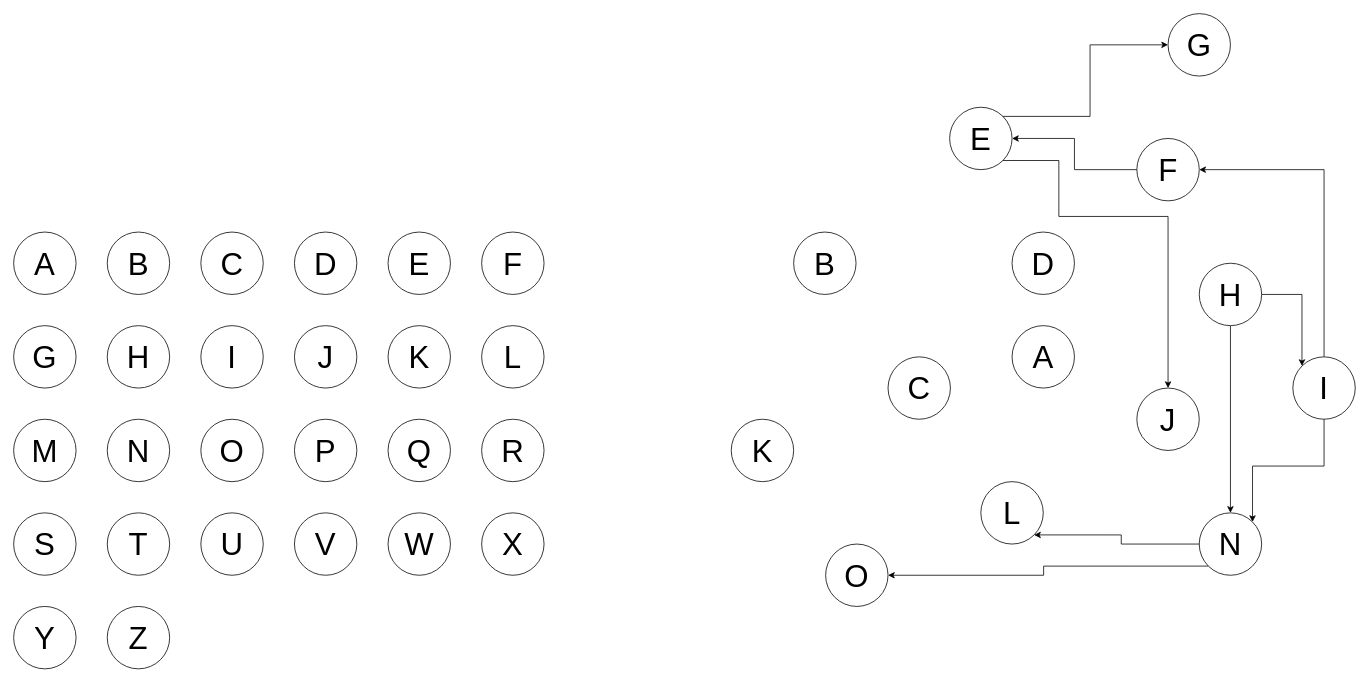
The draw.io diagram feature/ММПР_когнитивная_карта.drawio in ShiryaevNikolay/diagrams, before the edit. Source tidied: cells renumbered, new cells numbered last; positions are measured from the earlier drawing's top-left corner, leaving out a move shared by most shapes. Both pictures are drawn from the tidied source at 78%, with x=0, y=0 at pixel (13, 13).
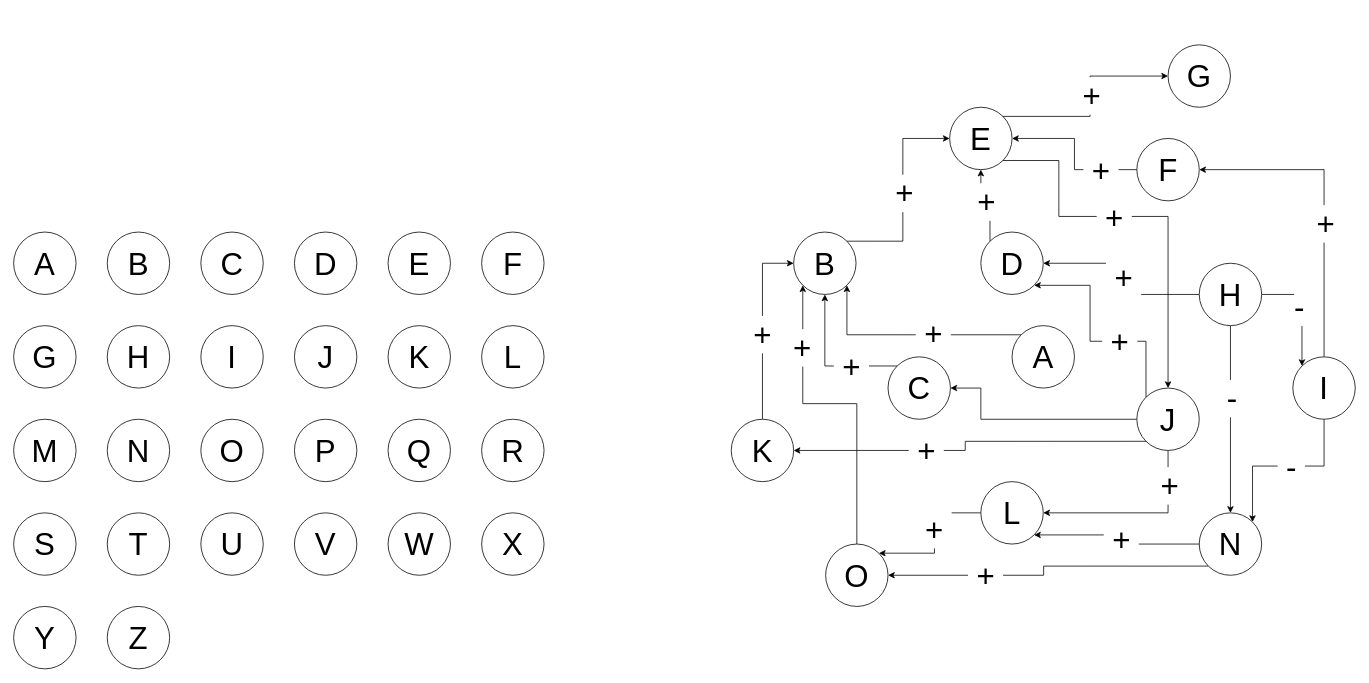
After the change.

Unchanged cells that the change refers to:
```xml
<mxCell id="28" value="&lt;font style=&quot;font-size: 40px;&quot;&gt;A&lt;/font&gt;" style="ellipse;whiteSpace=wrap;html=1;" parent="1" vertex="1">
  <mxGeometry x="1280" y="400" width="80" height="80" as="geometry" />
</mxCell>
<mxCell id="29" value="&lt;span style=&quot;font-size: 40px;&quot;&gt;B&lt;/span&gt;" style="ellipse;whiteSpace=wrap;html=1;" parent="1" vertex="1">
  <mxGeometry x="1000" y="280" width="80" height="80" as="geometry" />
</mxCell>
<mxCell id="30" value="&lt;font style=&quot;font-size: 40px;&quot;&gt;C&lt;/font&gt;" style="ellipse;whiteSpace=wrap;html=1;" parent="1" vertex="1">
  <mxGeometry x="1121" y="440" width="80" height="80" as="geometry" />
</mxCell>
<mxCell id="32" style="edgeStyle=orthogonalEdgeStyle;rounded=0;jettySize=auto;html=1;exitX=1;exitY=0;exitDx=0;exitDy=0;entryX=0;entryY=0.5;entryDx=0;entryDy=0;fontSize=40;" parent="1" edge="1" source="34" target="37">
  <mxGeometry relative="1" as="geometry" />
</mxCell>
<mxCell id="33" style="edgeStyle=orthogonalEdgeStyle;rounded=0;jettySize=auto;html=1;exitX=1;exitY=1;exitDx=0;exitDy=0;entryX=0.5;entryY=0;entryDx=0;entryDy=0;fontSize=40;" parent="1" edge="1" source="34" target="44">
  <mxGeometry relative="1" as="geometry">
    <Array as="points">
      <mxPoint x="1340" y="188" />
      <mxPoint x="1340" y="260" />
      <mxPoint x="1480" y="260" />
    </Array>
  </mxGeometry>
</mxCell>
<mxCell id="34" value="&lt;font style=&quot;font-size: 40px;&quot;&gt;E&lt;/font&gt;" style="ellipse;whiteSpace=wrap;html=1;" parent="1" vertex="1">
  <mxGeometry x="1200" y="120" width="80" height="80" as="geometry" />
</mxCell>
<mxCell id="35" style="edgeStyle=orthogonalEdgeStyle;rounded=0;jettySize=auto;html=1;exitX=0;exitY=0.5;exitDx=0;exitDy=0;entryX=1;entryY=0.5;entryDx=0;entryDy=0;fontSize=40;" parent="1" edge="1" source="36" target="34">
  <mxGeometry relative="1" as="geometry" />
</mxCell>
<mxCell id="38" style="edgeStyle=orthogonalEdgeStyle;rounded=0;jettySize=auto;html=1;exitX=1;exitY=0.5;exitDx=0;exitDy=0;entryX=0;entryY=0;entryDx=0;entryDy=0;fontSize=40;" parent="1" edge="1" source="40" target="43">
  <mxGeometry relative="1" as="geometry" />
</mxCell>
<mxCell id="39" style="edgeStyle=orthogonalEdgeStyle;rounded=0;jettySize=auto;html=1;exitX=0.5;exitY=1;exitDx=0;exitDy=0;entryX=0.5;entryY=0;entryDx=0;entryDy=0;fontSize=40;" parent="1" edge="1" source="40" target="49">
  <mxGeometry relative="1" as="geometry" />
</mxCell>
<mxCell id="40" value="&lt;span style=&quot;font-size: 40px;&quot;&gt;H&lt;br&gt;&lt;/span&gt;" style="ellipse;whiteSpace=wrap;html=1;" parent="1" vertex="1">
  <mxGeometry x="1520" y="320" width="80" height="80" as="geometry" />
</mxCell>
<mxCell id="41" style="edgeStyle=orthogonalEdgeStyle;rounded=0;jettySize=auto;html=1;exitX=0.5;exitY=0;exitDx=0;exitDy=0;entryX=1;entryY=0.5;entryDx=0;entryDy=0;fontSize=40;" parent="1" edge="1" source="43" target="36">
  <mxGeometry relative="1" as="geometry" />
</mxCell>
<mxCell id="42" style="edgeStyle=orthogonalEdgeStyle;rounded=0;jettySize=auto;html=1;exitX=0.5;exitY=1;exitDx=0;exitDy=0;entryX=1;entryY=0;entryDx=0;entryDy=0;fontSize=40;" parent="1" edge="1" source="43" target="49">
  <mxGeometry relative="1" as="geometry" />
</mxCell>
<mxCell id="44" value="&lt;span style=&quot;font-size: 40px;&quot;&gt;J&lt;br&gt;&lt;/span&gt;" style="ellipse;whiteSpace=wrap;html=1;" parent="1" vertex="1">
  <mxGeometry x="1440" y="480" width="80" height="80" as="geometry" />
</mxCell>
<mxCell id="45" value="&lt;span style=&quot;font-size: 40px;&quot;&gt;K&lt;br&gt;&lt;/span&gt;" style="ellipse;whiteSpace=wrap;html=1;" parent="1" vertex="1">
  <mxGeometry x="920" y="520" width="80" height="80" as="geometry" />
</mxCell>
<mxCell id="46" value="&lt;span style=&quot;font-size: 40px;&quot;&gt;L&lt;br&gt;&lt;/span&gt;" style="ellipse;whiteSpace=wrap;html=1;" parent="1" vertex="1">
  <mxGeometry x="1240" y="600" width="80" height="80" as="geometry" />
</mxCell>
<mxCell id="47" style="edgeStyle=orthogonalEdgeStyle;rounded=0;jettySize=auto;html=1;exitX=0;exitY=0.5;exitDx=0;exitDy=0;entryX=1;entryY=1;entryDx=0;entryDy=0;fontSize=40;" parent="1" edge="1" source="49" target="46">
  <mxGeometry relative="1" as="geometry" />
</mxCell>
<mxCell id="48" style="edgeStyle=orthogonalEdgeStyle;rounded=0;jettySize=auto;html=1;exitX=0;exitY=1;exitDx=0;exitDy=0;entryX=1;entryY=0.5;entryDx=0;entryDy=0;fontSize=40;" parent="1" edge="1" source="49" target="50">
  <mxGeometry relative="1" as="geometry" />
</mxCell>
<mxCell id="50" value="&lt;span style=&quot;font-size: 40px;&quot;&gt;O&lt;br&gt;&lt;/span&gt;" style="ellipse;whiteSpace=wrap;html=1;" parent="1" vertex="1">
  <mxGeometry x="1041" y="680" width="80" height="80" as="geometry" />
</mxCell>
```

What changed in the source:
```diff
@@
+    <mxCell id="51" style="edgeStyle=orthogonalEdgeStyle;rounded=0;jettySize=auto;html=1;exitX=0;exitY=0;exitDx=0;exitDy=0;entryX=1;entryY=1;entryDx=0;entryDy=0;fontSize=40;" parent="1" edge="1" source="28" target="29">
+      <mxGeometry relative="1" as="geometry" />
+    </mxCell>
+    <mxCell id="52" value="&amp;nbsp;+&amp;nbsp;" style="edgeLabel;html=1;align=center;verticalAlign=middle;fontSize=40;" parent="51" vertex="1">
+      <mxGeometry x="-0.21" y="-2" relative="1" as="geometry" />
+    </mxCell>
@@
+    <mxCell id="53" style="edgeStyle=orthogonalEdgeStyle;rounded=0;jettySize=auto;html=1;exitX=1;exitY=0;exitDx=0;exitDy=0;entryX=0;entryY=0.5;entryDx=0;entryDy=0;fontSize=40;" parent="1" edge="1" source="29" target="34">
+      <mxGeometry relative="1" as="geometry" />
+    </mxCell>
+    <mxCell id="54" value="&amp;nbsp;+&amp;nbsp;" style="edgeLabel;html=1;align=center;verticalAlign=middle;fontSize=40;" parent="53" vertex="1">
+      <mxGeometry x="0.01" y="-1" relative="1" as="geometry">
+        <mxPoint y="-1" as="offset" />
+      </mxGeometry>
+    </mxCell>
@@
+    <mxCell id="55" style="edgeStyle=orthogonalEdgeStyle;rounded=0;jettySize=auto;html=1;exitX=0;exitY=0;exitDx=0;exitDy=0;entryX=0.5;entryY=1;entryDx=0;entryDy=0;fontSize=40;" parent="1" edge="1" source="30" target="29">
+      <mxGeometry relative="1" as="geometry" />
+    </mxCell>
+    <mxCell id="56" value="&amp;nbsp;+&amp;nbsp;" style="edgeLabel;html=1;align=center;verticalAlign=middle;fontSize=40;" parent="55" vertex="1">
+      <mxGeometry x="-0.37" relative="1" as="geometry">
+        <mxPoint x="-1" as="offset" />
+      </mxGeometry>
+    </mxCell>
@@
+    <mxCell id="57" style="edgeStyle=orthogonalEdgeStyle;rounded=0;jettySize=auto;html=1;exitX=0;exitY=0;exitDx=0;exitDy=0;entryX=0.5;entryY=1;entryDx=0;entryDy=0;fontSize=40;" parent="1" edge="1" source="31" target="34">
+      <mxGeometry relative="1" as="geometry" />
+    </mxCell>
+    <mxCell id="58" value="&amp;nbsp;+&amp;nbsp;" style="edgeLabel;html=1;align=center;verticalAlign=middle;fontSize=40;" parent="57" vertex="1">
+      <mxGeometry x="0.1" relative="1" as="geometry" />
+    </mxCell>
     <mxCell id="31" value="&lt;font style=&quot;font-size: 40px;&quot;&gt;D&lt;/font&gt;" style="ellipse;whiteSpace=wrap;html=1;" parent="1" vertex="1">
-      <mxGeometry x="1280" y="280" width="80" height="80" as="geometry" />
+      <mxGeometry x="1240" y="280" width="80" height="80" as="geometry" />
     </mxCell>
@@
+    <mxCell id="59" value="+" style="edgeLabel;html=1;align=center;verticalAlign=middle;fontSize=40;" parent="32" vertex="1">
+      <mxGeometry x="0.05" y="-1" relative="1" as="geometry">
+        <mxPoint y="-1" as="offset" />
+      </mxGeometry>
+    </mxCell>
@@
+    <mxCell id="60" value="&amp;nbsp;+&amp;nbsp;" style="edgeLabel;html=1;align=center;verticalAlign=middle;fontSize=40;" parent="33" vertex="1">
+      <mxGeometry x="-0.15" relative="1" as="geometry" />
+    </mxCell>
@@
+    <mxCell id="61" value="&amp;nbsp;+&amp;nbsp;" style="edgeLabel;html=1;align=center;verticalAlign=middle;fontSize=40;" parent="35" vertex="1">
+      <mxGeometry x="-0.52" relative="1" as="geometry">
+        <mxPoint x="1" as="offset" />
+      </mxGeometry>
+    </mxCell>
@@
     <mxCell id="37" value="&lt;font style=&quot;font-size: 40px;&quot;&gt;G&lt;/font&gt;" style="ellipse;whiteSpace=wrap;html=1;" parent="1" vertex="1">
-      <mxGeometry x="1480" width="80" height="80" as="geometry" />
+      <mxGeometry x="1480" y="40" width="80" height="80" as="geometry" />
     </mxCell>
@@
+    <mxCell id="62" value="-" style="edgeLabel;html=1;align=center;verticalAlign=middle;fontSize=40;" parent="38" vertex="1">
+      <mxGeometry x="-0.06" y="-4" relative="1" as="geometry" />
+    </mxCell>
@@
+    <mxCell id="63" value="-" style="edgeLabel;html=1;align=center;verticalAlign=middle;fontSize=40;" parent="39" vertex="1">
+      <mxGeometry x="-0.23" y="1" relative="1" as="geometry" />
+    </mxCell>
+    <mxCell id="64" style="edgeStyle=orthogonalEdgeStyle;rounded=0;jettySize=auto;html=1;exitX=0;exitY=0.5;exitDx=0;exitDy=0;entryX=1;entryY=0.5;entryDx=0;entryDy=0;fontSize=40;" parent="1" edge="1" source="40" target="31">
+      <mxGeometry relative="1" as="geometry" />
+    </mxCell>
+    <mxCell id="65" value="&amp;nbsp;+&amp;nbsp;" style="edgeLabel;html=1;align=center;verticalAlign=middle;fontSize=40;" parent="64" vertex="1">
+      <mxGeometry x="0.02" y="-2" relative="1" as="geometry" />
+    </mxCell>
@@
+    <mxCell id="66" value="+" style="edgeLabel;html=1;align=center;verticalAlign=middle;fontSize=40;" parent="41" vertex="1">
+      <mxGeometry x="-0.14" y="-1" relative="1" as="geometry" />
+    </mxCell>
@@
+    <mxCell id="67" value="&amp;nbsp;-&amp;nbsp;" style="edgeLabel;html=1;align=center;verticalAlign=middle;fontSize=40;" parent="42" vertex="1">
+      <mxGeometry x="-0.07" relative="1" as="geometry">
+        <mxPoint x="1" as="offset" />
+      </mxGeometry>
+    </mxCell>
@@
+    <mxCell id="68" style="edgeStyle=orthogonalEdgeStyle;rounded=0;jettySize=auto;html=1;exitX=0.5;exitY=1;exitDx=0;exitDy=0;entryX=1;entryY=0.5;entryDx=0;entryDy=0;fontSize=40;" parent="1" edge="1" source="44" target="46">
+      <mxGeometry relative="1" as="geometry" />
+    </mxCell>
+    <mxCell id="69" value="&amp;nbsp;+&amp;nbsp;" style="edgeLabel;html=1;align=center;verticalAlign=middle;fontSize=40;" parent="68" vertex="1">
+      <mxGeometry x="-0.63" y="1" relative="1" as="geometry" />
+    </mxCell>
+    <mxCell id="70" style="edgeStyle=orthogonalEdgeStyle;rounded=0;jettySize=auto;html=1;exitX=0;exitY=0;exitDx=0;exitDy=0;entryX=1;entryY=1;entryDx=0;entryDy=0;fontSize=40;" parent="1" edge="1" source="44" target="31">
+      <mxGeometry relative="1" as="geometry">
+        <Array as="points">
+          <mxPoint x="1452" y="420" />
+          <mxPoint x="1380" y="420" />
+          <mxPoint x="1380" y="348" />
+        </Array>
+      </mxGeometry>
+    </mxCell>
+    <mxCell id="71" value="&amp;nbsp;+&amp;nbsp;" style="edgeLabel;html=1;align=center;verticalAlign=middle;fontSize=40;" parent="70" vertex="1">
+      <mxGeometry x="-0.26" relative="1" as="geometry" />
+    </mxCell>
+    <mxCell id="72" style="edgeStyle=orthogonalEdgeStyle;rounded=0;jettySize=auto;html=1;exitX=0;exitY=1;exitDx=0;exitDy=0;entryX=1;entryY=0.5;entryDx=0;entryDy=0;fontSize=40;" parent="1" edge="1" source="44" target="45">
+      <mxGeometry relative="1" as="geometry" />
+    </mxCell>
+    <mxCell id="73" value="&amp;nbsp;+&amp;nbsp;" style="edgeLabel;html=1;align=center;verticalAlign=middle;fontSize=40;" parent="72" vertex="1">
+      <mxGeometry x="0.27" y="-1" relative="1" as="geometry" />
+    </mxCell>
+    <mxCell id="74" style="edgeStyle=orthogonalEdgeStyle;rounded=0;jettySize=auto;html=1;exitX=0;exitY=0.5;exitDx=0;exitDy=0;entryX=1;entryY=0.5;entryDx=0;entryDy=0;fontSize=40;" parent="1" edge="1" source="44" target="30">
+      <mxGeometry relative="1" as="geometry">
+        <Array as="points">
+          <mxPoint x="1240" y="520" />
+          <mxPoint x="1240" y="480" />
+        </Array>
+      </mxGeometry>
+    </mxCell>
@@
+    <mxCell id="75" style="edgeStyle=orthogonalEdgeStyle;rounded=0;jettySize=auto;html=1;exitX=0.5;exitY=0;exitDx=0;exitDy=0;entryX=0;entryY=0.5;entryDx=0;entryDy=0;fontSize=40;" parent="1" edge="1" source="45" target="29">
+      <mxGeometry relative="1" as="geometry" />
+    </mxCell>
+    <mxCell id="76" value="&amp;nbsp;+&amp;nbsp;" style="edgeLabel;html=1;align=center;verticalAlign=middle;fontSize=40;" parent="75" vertex="1">
+      <mxGeometry x="-0.08" y="1" relative="1" as="geometry" />
+    </mxCell>
@@
+    <mxCell id="77" style="edgeStyle=orthogonalEdgeStyle;rounded=0;jettySize=auto;html=1;exitX=0;exitY=0.5;exitDx=0;exitDy=0;entryX=1;entryY=0;entryDx=0;entryDy=0;fontSize=40;" parent="1" edge="1" source="46" target="50">
+      <mxGeometry relative="1" as="geometry" />
+    </mxCell>
+    <mxCell id="78" value="&amp;nbsp;+&amp;nbsp;" style="edgeLabel;html=1;align=center;verticalAlign=middle;fontSize=40;" parent="77" vertex="1">
+      <mxGeometry x="-0.11" y="-1" relative="1" as="geometry">
+        <mxPoint y="-1" as="offset" />
+      </mxGeometry>
+    </mxCell>
@@
+    <mxCell id="79" value="&amp;nbsp;+&amp;nbsp;" style="edgeLabel;html=1;align=center;verticalAlign=middle;fontSize=40;" parent="47" vertex="1">
+      <mxGeometry x="-0.04" y="1" relative="1" as="geometry" />
+    </mxCell>
@@
+    <mxCell id="80" value="&amp;nbsp;+&amp;nbsp;" style="edgeLabel;html=1;align=center;verticalAlign=middle;fontSize=40;" parent="48" vertex="1">
+      <mxGeometry x="0.41" relative="1" as="geometry" />
+    </mxCell>
@@
+    <mxCell id="81" style="edgeStyle=orthogonalEdgeStyle;rounded=0;jettySize=auto;html=1;exitX=0.5;exitY=0;exitDx=0;exitDy=0;entryX=0;entryY=1;entryDx=0;entryDy=0;fontSize=40;" parent="1" edge="1" source="50" target="29">
+      <mxGeometry relative="1" as="geometry">
+        <Array as="points">
+          <mxPoint x="1081" y="500" />
+          <mxPoint x="1012" y="500" />
+        </Array>
+      </mxGeometry>
+    </mxCell>
+    <mxCell id="82" value="&amp;nbsp;+&amp;nbsp;" style="edgeLabel;html=1;align=center;verticalAlign=middle;fontSize=40;" parent="81" vertex="1">
+      <mxGeometry x="0.61" y="1" relative="1" as="geometry">
+        <mxPoint y="1" as="offset" />
+      </mxGeometry>
+    </mxCell>
```
